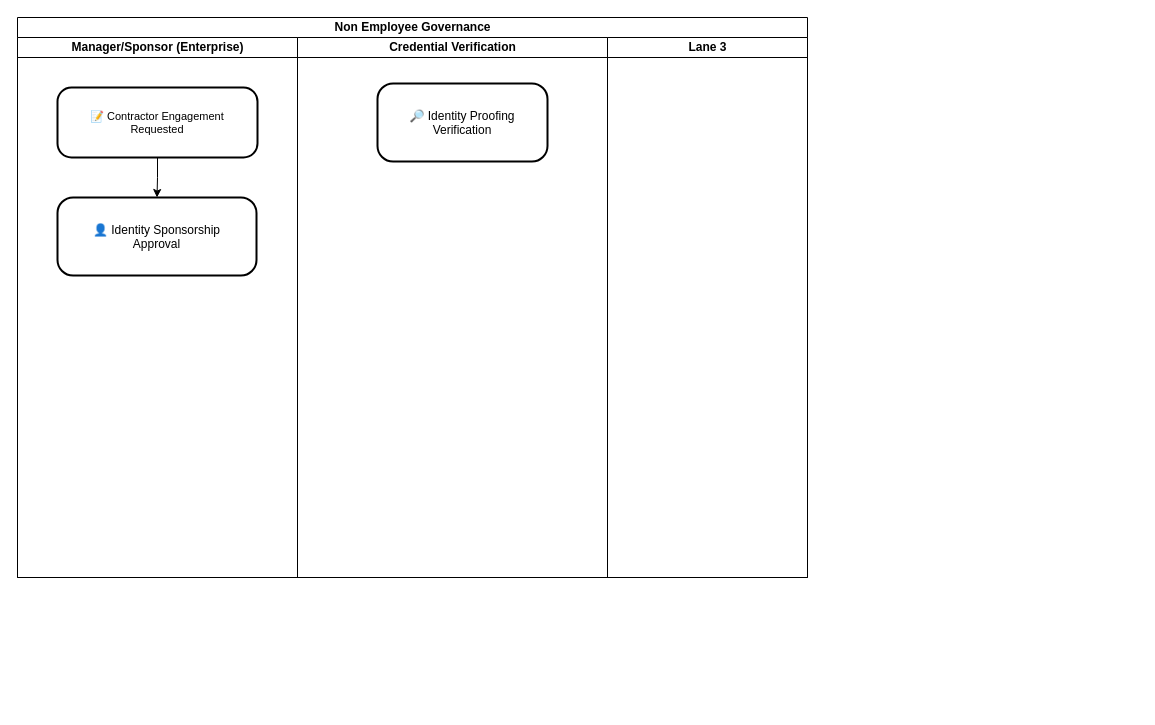
Before: contractor_flows/Contractor_Governance_Flow.drawio in avinashgr/drawio_flows, a draw.io diagram. Source tidied: cells renumbered, new cells numbered last; positions are measured from the earlier drawing's top-left corner, leaving out a move shared by most shapes. Both pictures are drawn from the tidied source at 100%, with x=0, y=0 at pixel (17, 17).
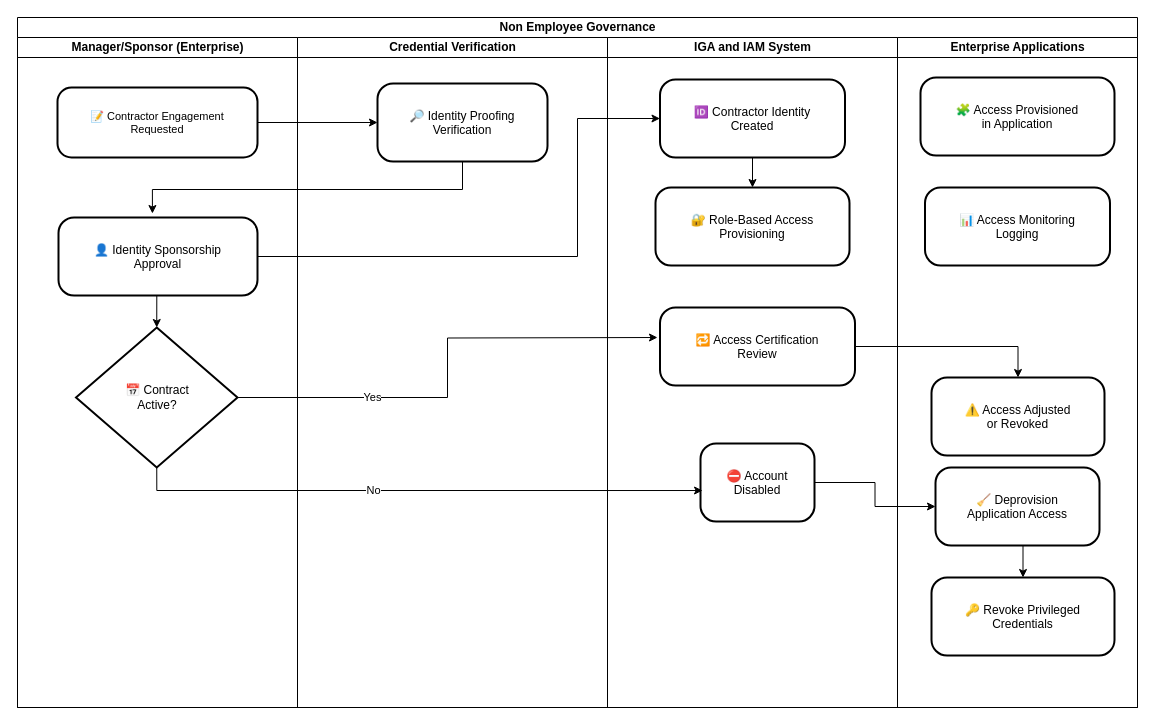
After the change.

Unchanged cells that the change refers to:
```xml
<mxCell id="5" value="📝 Contractor Engagement&#10;Requested" style="rounded=1;arcSize=20;strokeWidth=2;fontSize=11;" parent="3" vertex="1">
  <mxGeometry x="40" y="50" width="200" height="70" as="geometry" />
</mxCell>
<mxCell id="8" value="🔎 Identity Proofing&#10;Verification" style="rounded=1;arcSize=20;strokeWidth=2;" parent="7" vertex="1">
  <mxGeometry x="80" y="46" width="170" height="78" as="geometry" />
</mxCell>
```

Change to the diagram source:
```diff
@@
     <mxCell id="2" value="Non Employee Governance" style="swimlane;startSize=20;html=1;" parent="1" vertex="1">
-      <mxGeometry width="790" height="560" as="geometry" />
+      <mxGeometry width="1120" height="690" as="geometry" />
     </mxCell>
     <mxCell id="3" value="Manager/Sponsor (Enterprise)" style="swimlane;startSize=20;html=1;" parent="2" vertex="1">
-      <mxGeometry y="20" width="280" height="540" as="geometry" />
+      <mxGeometry y="20" width="280" height="670" as="geometry" />
     </mxCell>
-    <mxCell id="4" style="edgeStyle=orthogonalEdgeStyle;rounded=0;jettySize=auto;html=1;" parent="3" edge="1" source="5" target="6">
-      <mxGeometry relative="1" as="geometry" />
-    </mxCell>
@@
+    <mxCell id="10" style="edgeStyle=orthogonalEdgeStyle;rounded=0;jettySize=auto;html=1;exitX=0.5;exitY=1;exitDx=0;exitDy=0;entryX=0.5;entryY=0;entryDx=0;entryDy=0;" parent="3" edge="1" source="6" target="13">
+      <mxGeometry relative="1" as="geometry" />
+    </mxCell>
     <mxCell id="6" value="👤 Identity Sponsorship&#10;Approval" style="rounded=1;arcSize=20;strokeWidth=2;" parent="3" vertex="1">
-      <mxGeometry x="40" y="160" width="199" height="78" as="geometry" />
+      <mxGeometry x="41" y="180" width="199" height="78" as="geometry" />
     </mxCell>
+    <mxCell id="11" style="edgeStyle=orthogonalEdgeStyle;rounded=0;jettySize=auto;html=1;exitX=1;exitY=0.5;exitDx=0;exitDy=0;" parent="3" edge="1" source="13">
+      <mxGeometry relative="1" as="geometry">
+        <mxPoint x="640" y="300" as="targetPoint" />
+      </mxGeometry>
+    </mxCell>
+    <mxCell id="12" value="Yes" style="edgeLabel;html=1;align=center;verticalAlign=middle;" parent="11" vertex="1">
+      <mxGeometry x="-0.44" y="1" relative="1" as="geometry" />
+    </mxCell>
+    <mxCell id="13" value="📅 Contract&#10;Active?" style="rhombus;strokeWidth=2;whiteSpace=wrap;" parent="3" vertex="1">
+      <mxGeometry x="58.5" y="290" width="161.5" height="140" as="geometry" />
+    </mxCell>
     <mxCell id="7" value="Credential Verification" style="swimlane;startSize=20;html=1;" parent="2" vertex="1">
-      <mxGeometry x="280" y="20" width="310" height="540" as="geometry" />
+      <mxGeometry x="280" y="20" width="310" height="670" as="geometry" />
     </mxCell>
@@
-    <mxCell id="9" value="Lane 3" style="swimlane;startSize=20;html=1;" parent="2" vertex="1">
-      <mxGeometry x="590" y="20" width="200" height="540" as="geometry" />
+    <mxCell id="9" value="IGA and IAM System" style="swimlane;startSize=20;html=1;" parent="2" vertex="1">
+      <mxGeometry x="590" y="20" width="290" height="670" as="geometry" />
     </mxCell>
+    <mxCell id="14" style="edgeStyle=orthogonalEdgeStyle;rounded=0;jettySize=auto;html=1;exitX=0.5;exitY=1;exitDx=0;exitDy=0;entryX=0.5;entryY=0;entryDx=0;entryDy=0;" parent="9" edge="1" source="15" target="16">
+      <mxGeometry relative="1" as="geometry" />
+    </mxCell>
+    <mxCell id="15" value="🆔 Contractor Identity&#10;Created" style="rounded=1;arcSize=20;strokeWidth=2;" parent="9" vertex="1">
+      <mxGeometry x="52.5" y="42" width="185" height="78" as="geometry" />
+    </mxCell>
+    <mxCell id="16" value="🔐 Role-Based Access&#10;Provisioning" style="rounded=1;arcSize=20;strokeWidth=2;" parent="9" vertex="1">
+      <mxGeometry x="48" y="150" width="194" height="78" as="geometry" />
+    </mxCell>
+    <mxCell id="17" value="🔁 Access Certification&#10;Review" style="rounded=1;arcSize=20;strokeWidth=2;" parent="9" vertex="1">
+      <mxGeometry x="52.5" y="270" width="195" height="78" as="geometry" />
+    </mxCell>
+    <mxCell id="18" value="⛔ Account&#10;Disabled" style="rounded=1;arcSize=20;strokeWidth=2;" parent="9" vertex="1">
+      <mxGeometry x="93" y="406" width="114" height="78" as="geometry" />
+    </mxCell>
+    <mxCell id="19" style="edgeStyle=orthogonalEdgeStyle;rounded=0;jettySize=auto;html=1;entryX=0;entryY=0.5;entryDx=0;entryDy=0;" parent="2" edge="1" source="5" target="8">
+      <mxGeometry relative="1" as="geometry" />
+    </mxCell>
+    <mxCell id="20" style="edgeStyle=orthogonalEdgeStyle;rounded=0;jettySize=auto;html=1;exitX=0.5;exitY=1;exitDx=0;exitDy=0;entryX=0.472;entryY=-0.051;entryDx=0;entryDy=0;entryPerimeter=0;" parent="2" edge="1" source="8" target="6">
+      <mxGeometry relative="1" as="geometry" />
+    </mxCell>
+    <mxCell id="21" style="edgeStyle=orthogonalEdgeStyle;rounded=0;jettySize=auto;html=1;exitX=1;exitY=0.5;exitDx=0;exitDy=0;entryX=0;entryY=0.5;entryDx=0;entryDy=0;" parent="2" edge="1" source="6" target="15">
+      <mxGeometry relative="1" as="geometry">
+        <Array as="points">
+          <mxPoint x="560" y="239" />
+          <mxPoint x="560" y="101" />
+        </Array>
+      </mxGeometry>
+    </mxCell>
+    <mxCell id="22" value="Enterprise Applications" style="swimlane;startSize=20;html=1;" parent="2" vertex="1">
+      <mxGeometry x="880" y="20" width="240" height="670" as="geometry" />
+    </mxCell>
+    <mxCell id="23" value="📊 Access Monitoring&#10;Logging" style="rounded=1;arcSize=20;strokeWidth=2;" parent="22" vertex="1">
+      <mxGeometry x="27.5" y="150" width="185" height="78" as="geometry" />
+    </mxCell>
+    <mxCell id="24" value="🧩 Access Provisioned&#10;in Application" style="rounded=1;arcSize=20;strokeWidth=2;" parent="22" vertex="1">
+      <mxGeometry x="23" y="40" width="194" height="78" as="geometry" />
+    </mxCell>
+    <mxCell id="25" value="🔑 Revoke Privileged&#10;Credentials" style="rounded=1;arcSize=20;strokeWidth=2;" parent="22" vertex="1">
+      <mxGeometry x="34" y="540" width="183" height="78" as="geometry" />
+    </mxCell>
+    <mxCell id="26" style="edgeStyle=orthogonalEdgeStyle;rounded=0;jettySize=auto;html=1;exitX=0.5;exitY=1;exitDx=0;exitDy=0;entryX=0.5;entryY=0;entryDx=0;entryDy=0;" parent="22" edge="1" source="27" target="25">
+      <mxGeometry relative="1" as="geometry" />
+    </mxCell>
+    <mxCell id="27" value="🧹 Deprovision&#10;Application Access" style="rounded=1;arcSize=20;strokeWidth=2;" parent="22" vertex="1">
+      <mxGeometry x="38" y="430" width="164" height="78" as="geometry" />
+    </mxCell>
+    <mxCell id="28" value="⚠️ Access Adjusted&#10;or Revoked" style="rounded=1;arcSize=20;strokeWidth=2;" parent="22" vertex="1">
+      <mxGeometry x="34" y="340" width="173" height="78" as="geometry" />
+    </mxCell>
+    <mxCell id="29" style="edgeStyle=orthogonalEdgeStyle;rounded=0;jettySize=auto;html=1;exitX=0.5;exitY=1;exitDx=0;exitDy=0;entryX=0.018;entryY=0.603;entryDx=0;entryDy=0;entryPerimeter=0;" parent="2" edge="1" source="13" target="18">
+      <mxGeometry relative="1" as="geometry">
+        <Array as="points">
+          <mxPoint x="139" y="473" />
+        </Array>
+      </mxGeometry>
+    </mxCell>
+    <mxCell id="30" value="No" style="edgeLabel;html=1;align=center;verticalAlign=middle;" parent="29" vertex="1">
+      <mxGeometry x="-0.16" y="1" relative="1" as="geometry" />
+    </mxCell>
+    <mxCell id="31" style="edgeStyle=orthogonalEdgeStyle;rounded=0;jettySize=auto;html=1;exitX=1;exitY=0.5;exitDx=0;exitDy=0;entryX=0.5;entryY=0;entryDx=0;entryDy=0;" parent="2" edge="1" source="17" target="28">
+      <mxGeometry relative="1" as="geometry" />
+    </mxCell>
+    <mxCell id="32" style="edgeStyle=orthogonalEdgeStyle;rounded=0;jettySize=auto;html=1;exitX=1;exitY=0.5;exitDx=0;exitDy=0;entryX=0;entryY=0.5;entryDx=0;entryDy=0;" parent="2" edge="1" source="18" target="27">
+      <mxGeometry relative="1" as="geometry" />
+    </mxCell>
```
